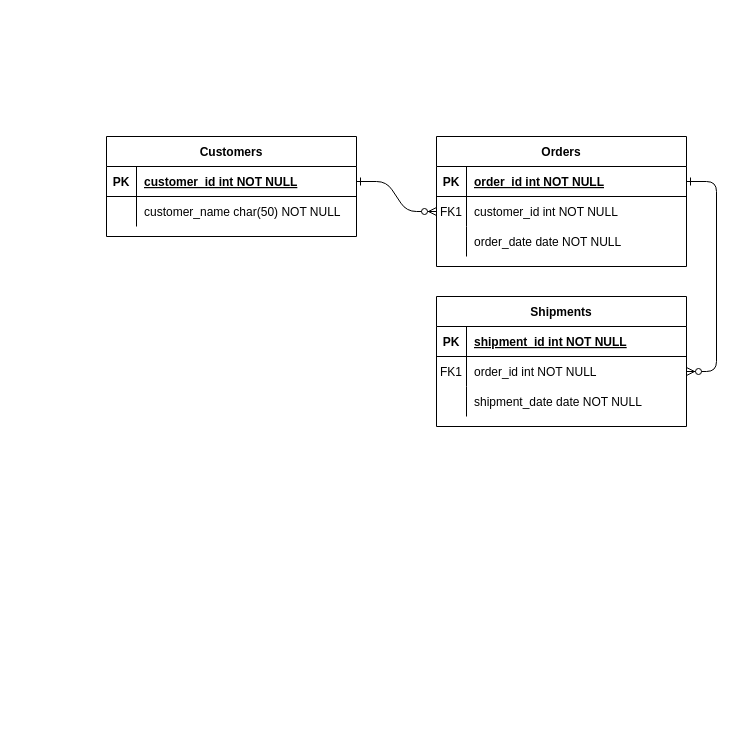
Earlier version of the draw.io diagram DiagramaEntidadRelacion.drawio (duvanbarros/hello-world). Source tidied: cells renumbered, new cells numbered last; positions are measured from the earlier drawing's top-left corner, leaving out a move shared by most shapes. Both pictures are drawn from the tidied source at 100%, with x=0, y=0 at pixel (106, 136).
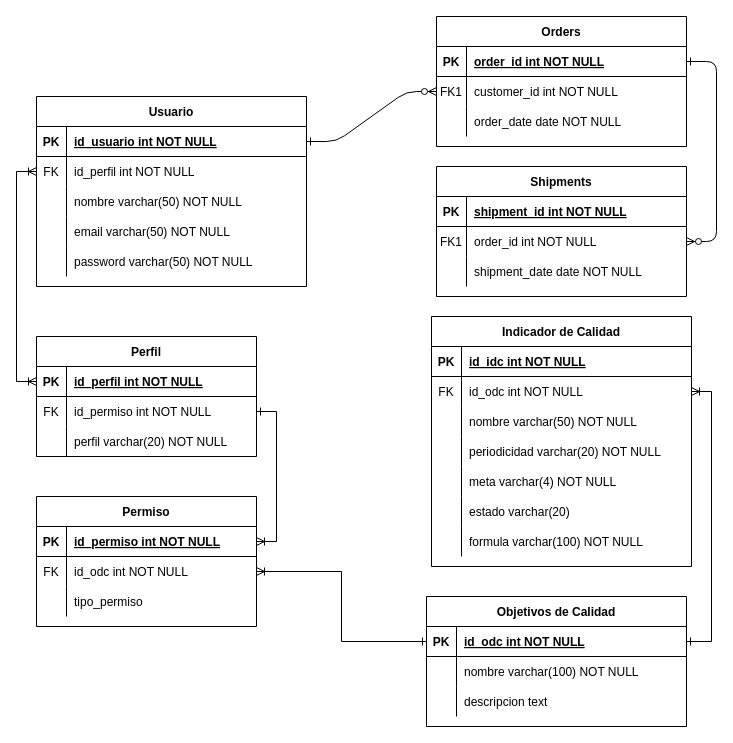
The same page after the edit.

The edit, as a diff of the source:
```diff
@@
     <mxCell id="4" value="Orders" style="shape=table;startSize=30;childLayout=tableLayout;rowLines=0;fontStyle=1;align=center;" parent="1" vertex="1">
-      <mxGeometry x="330" width="250" height="130" as="geometry" />
+      <mxGeometry x="330" y="-120" width="250" height="130" as="geometry" />
     </mxCell>
@@
     <mxCell id="14" value="Shipments" style="shape=table;startSize=30;childLayout=tableLayout;rowLines=0;fontStyle=1;align=center;" parent="1" vertex="1">
-      <mxGeometry x="330" y="160" width="250" height="130" as="geometry" />
+      <mxGeometry x="330" y="30" width="250" height="130" as="geometry" />
     </mxCell>
@@
-    <mxCell id="24" value="Customers" style="shape=table;startSize=30;childLayout=tableLayout;rowLines=0;fontStyle=1;align=center;" parent="1" vertex="1">
-      <mxGeometry width="250" height="100" as="geometry" />
+    <mxCell id="24" value="Usuario" style="shape=table;startSize=30;childLayout=tableLayout;rowLines=0;fontStyle=1;align=center;" parent="1" vertex="1">
+      <mxGeometry x="-70" y="-40" width="270" height="190" as="geometry" />
     </mxCell>
     <mxCell id="25" style="shape=partialRectangle;fillColor=none;points=[[0,0.5],[1,0.5]];portConstraint=eastwest;top=0;left=0;right=0;bottom=1;" parent="24" vertex="1">
-      <mxGeometry y="30" width="250" height="30" as="geometry" />
+      <mxGeometry y="30" width="270" height="30" as="geometry" />
     </mxCell>
@@
-    <mxCell id="27" value="customer_id int NOT NULL " style="shape=partialRectangle;overflow=hidden;fillColor=none;top=0;left=0;bottom=0;right=0;align=left;spacingLeft=6;fontStyle=5;" parent="25" vertex="1">
-      <mxGeometry x="30" width="220" height="30" as="geometry" />
+    <mxCell id="27" value="id_usuario int NOT NULL " style="shape=partialRectangle;overflow=hidden;fillColor=none;top=0;left=0;bottom=0;right=0;align=left;spacingLeft=6;fontStyle=5;" parent="25" vertex="1">
+      <mxGeometry x="30" width="240" height="30" as="geometry" />
     </mxCell>
+    <mxCell id="31" style="shape=tableRow;horizontal=0;startSize=0;swimlaneHead=0;swimlaneBody=0;fillColor=none;points=[[0,0.5],[1,0.5]];portConstraint=eastwest;top=0;left=0;right=0;bottom=0;" parent="24" vertex="1">
+      <mxGeometry y="60" width="270" height="30" as="geometry" />
+    </mxCell>
+    <mxCell id="32" value="FK" style="shape=partialRectangle;fillColor=none;top=0;left=0;bottom=0;right=0;fontStyle=0;overflow=hidden;" parent="31" vertex="1">
+      <mxGeometry width="30" height="30" as="geometry" />
+    </mxCell>
+    <mxCell id="33" value="id_perfil int NOT NULL" style="shape=partialRectangle;fillColor=none;top=0;left=0;bottom=0;right=0;align=left;spacingLeft=6;fontStyle=0;overflow=hidden;" parent="31" vertex="1">
+      <mxGeometry x="30" width="240" height="30" as="geometry" />
+    </mxCell>
+    <mxCell id="34" style="shape=tableRow;horizontal=0;startSize=0;swimlaneHead=0;swimlaneBody=0;fillColor=none;top=0;left=0;right=0;bottom=0;" parent="24" vertex="1">
+      <mxGeometry y="90" width="270" height="30" as="geometry" />
+    </mxCell>
+    <mxCell id="35" style="shape=partialRectangle;fillColor=none;top=0;left=0;bottom=0;right=0;overflow=hidden;" parent="34" vertex="1">
+      <mxGeometry width="30" height="30" as="geometry" />
+    </mxCell>
+    <mxCell id="36" value="nombre varchar(50) NOT NULL" style="shape=partialRectangle;fillColor=none;top=0;left=0;bottom=0;right=0;align=left;spacingLeft=6;overflow=hidden;" parent="34" vertex="1">
+      <mxGeometry x="30" width="240" height="30" as="geometry" />
+    </mxCell>
     <mxCell id="28" style="shape=partialRectangle;fillColor=none;top=0;left=0;right=0;bottom=0;" parent="24" vertex="1">
-      <mxGeometry y="60" width="250" height="30" as="geometry" />
+      <mxGeometry y="120" width="270" height="30" as="geometry" />
     </mxCell>
@@
-    <mxCell id="30" value="customer_name char(50) NOT NULL" style="shape=partialRectangle;overflow=hidden;fillColor=none;top=0;left=0;bottom=0;right=0;align=left;spacingLeft=6;" parent="28" vertex="1">
-      <mxGeometry x="30" width="220" height="30" as="geometry" />
+    <mxCell id="30" value="email varchar(50) NOT NULL" style="shape=partialRectangle;overflow=hidden;fillColor=none;top=0;left=0;bottom=0;right=0;align=left;spacingLeft=6;" parent="28" vertex="1">
+      <mxGeometry x="30" width="240" height="30" as="geometry" />
     </mxCell>
+    <mxCell id="37" style="shape=tableRow;horizontal=0;startSize=0;swimlaneHead=0;swimlaneBody=0;fillColor=none;top=0;left=0;right=0;bottom=0;" parent="24" vertex="1">
+      <mxGeometry y="150" width="270" height="30" as="geometry" />
+    </mxCell>
+    <mxCell id="38" style="shape=partialRectangle;fillColor=none;top=0;left=0;bottom=0;right=0;overflow=hidden;" parent="37" vertex="1">
+      <mxGeometry width="30" height="30" as="geometry" />
+    </mxCell>
+    <mxCell id="39" value="password varchar(50) NOT NULL" style="shape=partialRectangle;fillColor=none;top=0;left=0;bottom=0;right=0;align=left;spacingLeft=6;overflow=hidden;" parent="37" vertex="1">
+      <mxGeometry x="30" width="240" height="30" as="geometry" />
+    </mxCell>
+    <mxCell id="40" value="Perfil" style="shape=table;startSize=30;childLayout=tableLayout;rowLines=0;fontStyle=1;align=center;" parent="1" vertex="1">
+      <mxGeometry x="-70" y="200" width="220" height="120" as="geometry" />
+    </mxCell>
+    <mxCell id="41" style="shape=tableRow;horizontal=0;startSize=0;swimlaneHead=0;swimlaneBody=0;fillColor=none;points=[[0,0.5],[1,0.5]];portConstraint=eastwest;top=0;left=0;right=0;bottom=1;" parent="40" vertex="1">
+      <mxGeometry y="30" width="220" height="30" as="geometry" />
+    </mxCell>
+    <mxCell id="42" value="PK" style="shape=partialRectangle;fillColor=none;top=0;left=0;bottom=0;right=0;fontStyle=1;overflow=hidden;" parent="41" vertex="1">
+      <mxGeometry width="30" height="30" as="geometry" />
+    </mxCell>
+    <mxCell id="43" value="id_perfil int NOT NULL" style="shape=partialRectangle;fillColor=none;top=0;left=0;bottom=0;right=0;align=left;spacingLeft=6;fontStyle=5;overflow=hidden;" parent="41" vertex="1">
+      <mxGeometry x="30" width="190" height="30" as="geometry" />
+    </mxCell>
+    <mxCell id="44" style="shape=tableRow;horizontal=0;startSize=0;swimlaneHead=0;swimlaneBody=0;fillColor=none;points=[[0,0.5],[1,0.5]];portConstraint=eastwest;top=0;left=0;right=0;bottom=0;" parent="40" vertex="1">
+      <mxGeometry y="60" width="220" height="30" as="geometry" />
+    </mxCell>
+    <mxCell id="45" value="FK" style="shape=partialRectangle;fillColor=none;top=0;left=0;bottom=0;right=0;fontStyle=0;overflow=hidden;" parent="44" vertex="1">
+      <mxGeometry width="30" height="30" as="geometry" />
+    </mxCell>
+    <mxCell id="46" value="id_permiso int NOT NULL" style="shape=partialRectangle;fillColor=none;top=0;left=0;bottom=0;right=0;align=left;spacingLeft=6;fontStyle=0;overflow=hidden;" parent="44" vertex="1">
+      <mxGeometry x="30" width="190" height="30" as="geometry" />
+    </mxCell>
+    <mxCell id="47" style="shape=tableRow;horizontal=0;startSize=0;swimlaneHead=0;swimlaneBody=0;fillColor=none;top=0;left=0;right=0;bottom=0;" parent="40" vertex="1">
+      <mxGeometry y="90" width="220" height="30" as="geometry" />
+    </mxCell>
+    <mxCell id="48" style="shape=partialRectangle;fillColor=none;top=0;left=0;bottom=0;right=0;overflow=hidden;" parent="47" vertex="1">
+      <mxGeometry width="30" height="30" as="geometry" />
+    </mxCell>
+    <mxCell id="49" value="perfil varchar(20) NOT NULL" style="shape=partialRectangle;fillColor=none;top=0;left=0;bottom=0;right=0;align=left;spacingLeft=6;overflow=hidden;" parent="47" vertex="1">
+      <mxGeometry x="30" width="190" height="30" as="geometry" />
+    </mxCell>
+    <mxCell id="50" style="edgeStyle=orthogonalEdgeStyle;rounded=0;jettySize=auto;html=1;entryX=0;entryY=0.5;entryDx=0;entryDy=0;startArrow=ERoneToMany;startFill=0;endArrow=ERoneToMany;endFill=0;" parent="1" edge="1" source="41" target="31">
+      <mxGeometry relative="1" as="geometry">
+        <Array as="points">
+          <mxPoint x="-90" y="245" />
+          <mxPoint x="-90" y="35" />
+        </Array>
+      </mxGeometry>
+    </mxCell>
+    <mxCell id="51" value="Permiso" style="shape=table;startSize=30;childLayout=tableLayout;rowLines=0;fontStyle=1;align=center;" parent="1" vertex="1">
+      <mxGeometry x="-70" y="360" width="220" height="130" as="geometry" />
+    </mxCell>
+    <mxCell id="52" style="shape=tableRow;horizontal=0;startSize=0;swimlaneHead=0;swimlaneBody=0;fillColor=none;points=[[0,0.5],[1,0.5]];portConstraint=eastwest;top=0;left=0;right=0;bottom=1;" parent="51" vertex="1">
+      <mxGeometry y="30" width="220" height="30" as="geometry" />
+    </mxCell>
+    <mxCell id="53" value="PK" style="shape=partialRectangle;fillColor=none;top=0;left=0;bottom=0;right=0;fontStyle=1;overflow=hidden;" parent="52" vertex="1">
+      <mxGeometry width="30" height="30" as="geometry" />
+    </mxCell>
+    <mxCell id="54" value="id_permiso int NOT NULL" style="shape=partialRectangle;fillColor=none;top=0;left=0;bottom=0;right=0;align=left;spacingLeft=6;fontStyle=5;overflow=hidden;" parent="52" vertex="1">
+      <mxGeometry x="30" width="190" height="30" as="geometry" />
+    </mxCell>
+    <mxCell id="55" style="shape=tableRow;horizontal=0;startSize=0;swimlaneHead=0;swimlaneBody=0;fillColor=none;points=[[0,0.5],[1,0.5]];portConstraint=eastwest;top=0;left=0;right=0;bottom=0;" parent="51" vertex="1">
+      <mxGeometry y="60" width="220" height="30" as="geometry" />
+    </mxCell>
+    <mxCell id="56" value="FK" style="shape=partialRectangle;fillColor=none;top=0;left=0;bottom=0;right=0;overflow=hidden;" parent="55" vertex="1">
+      <mxGeometry width="30" height="30" as="geometry" />
+    </mxCell>
+    <mxCell id="57" value="id_odc int NOT NULL" style="shape=partialRectangle;fillColor=none;top=0;left=0;bottom=0;right=0;align=left;spacingLeft=6;overflow=hidden;" parent="55" vertex="1">
+      <mxGeometry x="30" width="190" height="30" as="geometry" />
+    </mxCell>
+    <mxCell id="58" style="shape=tableRow;horizontal=0;startSize=0;swimlaneHead=0;swimlaneBody=0;fillColor=none;top=0;left=0;right=0;bottom=0;" parent="51" vertex="1">
+      <mxGeometry y="90" width="220" height="30" as="geometry" />
+    </mxCell>
+    <mxCell id="59" style="shape=partialRectangle;fillColor=none;top=0;left=0;bottom=0;right=0;overflow=hidden;" parent="58" vertex="1">
+      <mxGeometry width="30" height="30" as="geometry" />
+    </mxCell>
+    <mxCell id="60" value="tipo_permiso" style="shape=partialRectangle;fillColor=none;top=0;left=0;bottom=0;right=0;align=left;spacingLeft=6;overflow=hidden;" parent="58" vertex="1">
+      <mxGeometry x="30" width="190" height="30" as="geometry" />
+    </mxCell>
+    <mxCell id="61" value="Objetivos de Calidad" style="shape=table;startSize=30;childLayout=tableLayout;rowLines=0;fontStyle=1;align=center;" parent="1" vertex="1">
+      <mxGeometry x="320" y="460" width="260" height="130" as="geometry" />
+    </mxCell>
+    <mxCell id="62" style="shape=tableRow;horizontal=0;startSize=0;swimlaneHead=0;swimlaneBody=0;fillColor=none;points=[[0,0.5],[1,0.5]];portConstraint=eastwest;top=0;left=0;right=0;bottom=1;" parent="61" vertex="1">
+      <mxGeometry y="30" width="260" height="30" as="geometry" />
+    </mxCell>
+    <mxCell id="63" value="PK" style="shape=partialRectangle;fillColor=none;top=0;left=0;bottom=0;right=0;fontStyle=1;overflow=hidden;" parent="62" vertex="1">
+      <mxGeometry width="30" height="30" as="geometry" />
+    </mxCell>
+    <mxCell id="64" value="id_odc int NOT NULL" style="shape=partialRectangle;fillColor=none;top=0;left=0;bottom=0;right=0;align=left;spacingLeft=6;fontStyle=5;overflow=hidden;" parent="62" vertex="1">
+      <mxGeometry x="30" width="230" height="30" as="geometry" />
+    </mxCell>
+    <mxCell id="65" style="shape=tableRow;horizontal=0;startSize=0;swimlaneHead=0;swimlaneBody=0;fillColor=none;top=0;left=0;right=0;bottom=0;" parent="61" vertex="1">
+      <mxGeometry y="60" width="260" height="30" as="geometry" />
+    </mxCell>
+    <mxCell id="66" style="shape=partialRectangle;fillColor=none;top=0;left=0;bottom=0;right=0;overflow=hidden;" parent="65" vertex="1">
+      <mxGeometry width="30" height="30" as="geometry" />
+    </mxCell>
+    <mxCell id="67" value="nombre varchar(100) NOT NULL" style="shape=partialRectangle;fillColor=none;top=0;left=0;bottom=0;right=0;align=left;spacingLeft=6;overflow=hidden;" parent="65" vertex="1">
+      <mxGeometry x="30" width="230" height="30" as="geometry" />
+    </mxCell>
+    <mxCell id="68" style="shape=tableRow;horizontal=0;startSize=0;swimlaneHead=0;swimlaneBody=0;fillColor=none;top=0;left=0;right=0;bottom=0;" parent="61" vertex="1">
+      <mxGeometry y="90" width="260" height="30" as="geometry" />
+    </mxCell>
+    <mxCell id="69" style="shape=partialRectangle;fillColor=none;top=0;left=0;bottom=0;right=0;overflow=hidden;" parent="68" vertex="1">
+      <mxGeometry width="30" height="30" as="geometry" />
+    </mxCell>
+    <mxCell id="70" value="descripcion text" style="shape=partialRectangle;fillColor=none;top=0;left=0;bottom=0;right=0;align=left;spacingLeft=6;overflow=hidden;" parent="68" vertex="1">
+      <mxGeometry x="30" width="230" height="30" as="geometry" />
+    </mxCell>
+    <mxCell id="71" style="edgeStyle=orthogonalEdgeStyle;rounded=0;jettySize=auto;html=1;exitX=1;exitY=0.5;exitDx=0;exitDy=0;entryX=0;entryY=0.5;entryDx=0;entryDy=0;startArrow=ERoneToMany;startFill=0;endArrow=ERone;endFill=0;" parent="1" edge="1" source="55" target="62">
+      <mxGeometry relative="1" as="geometry" />
+    </mxCell>
+    <mxCell id="72" style="edgeStyle=orthogonalEdgeStyle;rounded=0;jettySize=auto;html=1;exitX=1;exitY=0.5;exitDx=0;exitDy=0;entryX=1;entryY=0.5;entryDx=0;entryDy=0;startArrow=ERoneToMany;startFill=0;endArrow=ERone;endFill=0;" parent="1" edge="1" source="52" target="44">
+      <mxGeometry relative="1" as="geometry" />
+    </mxCell>
+    <mxCell id="73" value="Indicador de Calidad" style="shape=table;startSize=30;childLayout=tableLayout;rowLines=0;fontStyle=1;align=center;" parent="1" vertex="1">
+      <mxGeometry x="325" y="180" width="260" height="250" as="geometry" />
+    </mxCell>
+    <mxCell id="74" style="shape=tableRow;horizontal=0;startSize=0;swimlaneHead=0;swimlaneBody=0;fillColor=none;top=0;left=0;right=0;bottom=1;" parent="73" vertex="1">
+      <mxGeometry y="30" width="260" height="30" as="geometry" />
+    </mxCell>
+    <mxCell id="75" value="PK" style="shape=partialRectangle;fillColor=none;top=0;left=0;bottom=0;right=0;fontStyle=1;overflow=hidden;" parent="74" vertex="1">
+      <mxGeometry width="30" height="30" as="geometry" />
+    </mxCell>
+    <mxCell id="76" value="id_idc int NOT NULL" style="shape=partialRectangle;fillColor=none;top=0;left=0;bottom=0;right=0;align=left;spacingLeft=6;fontStyle=5;overflow=hidden;" parent="74" vertex="1">
+      <mxGeometry x="30" width="230" height="30" as="geometry" />
+    </mxCell>
+    <mxCell id="77" style="shape=tableRow;horizontal=0;startSize=0;swimlaneHead=0;swimlaneBody=0;fillColor=none;points=[[0,0.5],[1,0.5]];portConstraint=eastwest;top=0;left=0;right=0;bottom=0;" parent="73" vertex="1">
+      <mxGeometry y="60" width="260" height="30" as="geometry" />
+    </mxCell>
+    <mxCell id="78" value="FK" style="shape=partialRectangle;fillColor=none;top=0;left=0;bottom=0;right=0;overflow=hidden;" parent="77" vertex="1">
+      <mxGeometry width="30" height="30" as="geometry" />
+    </mxCell>
+    <mxCell id="79" value="id_odc int NOT NULL" style="shape=partialRectangle;fillColor=none;top=0;left=0;bottom=0;right=0;align=left;spacingLeft=6;overflow=hidden;" parent="77" vertex="1">
+      <mxGeometry x="30" width="230" height="30" as="geometry" />
+    </mxCell>
+    <mxCell id="80" style="shape=tableRow;horizontal=0;startSize=0;swimlaneHead=0;swimlaneBody=0;fillColor=none;top=0;left=0;right=0;bottom=0;" parent="73" vertex="1">
+      <mxGeometry y="90" width="260" height="30" as="geometry" />
+    </mxCell>
+    <mxCell id="81" style="shape=partialRectangle;fillColor=none;top=0;left=0;bottom=0;right=0;overflow=hidden;" parent="80" vertex="1">
+      <mxGeometry width="30" height="30" as="geometry" />
+    </mxCell>
+    <mxCell id="82" value="nombre varchar(50) NOT NULL" style="shape=partialRectangle;fillColor=none;top=0;left=0;bottom=0;right=0;align=left;spacingLeft=6;overflow=hidden;" parent="80" vertex="1">
+      <mxGeometry x="30" width="230" height="30" as="geometry" />
+    </mxCell>
+    <mxCell id="83" style="shape=tableRow;horizontal=0;startSize=0;swimlaneHead=0;swimlaneBody=0;fillColor=none;top=0;left=0;right=0;bottom=0;" parent="73" vertex="1">
+      <mxGeometry y="120" width="260" height="30" as="geometry" />
+    </mxCell>
+    <mxCell id="84" style="shape=partialRectangle;fillColor=none;top=0;left=0;bottom=0;right=0;overflow=hidden;" parent="83" vertex="1">
+      <mxGeometry width="30" height="30" as="geometry" />
+    </mxCell>
+    <mxCell id="85" value="periodicidad varchar(20) NOT NULL" style="shape=partialRectangle;fillColor=none;top=0;left=0;bottom=0;right=0;align=left;spacingLeft=6;overflow=hidden;" parent="83" vertex="1">
+      <mxGeometry x="30" width="230" height="30" as="geometry" />
+    </mxCell>
+    <mxCell id="86" style="shape=tableRow;horizontal=0;startSize=0;swimlaneHead=0;swimlaneBody=0;fillColor=none;top=0;left=0;right=0;bottom=0;" parent="73" vertex="1">
+      <mxGeometry y="150" width="260" height="30" as="geometry" />
+    </mxCell>
+    <mxCell id="87" style="shape=partialRectangle;fillColor=none;top=0;left=0;bottom=0;right=0;overflow=hidden;" parent="86" vertex="1">
+      <mxGeometry width="30" height="30" as="geometry" />
+    </mxCell>
+    <mxCell id="88" value="meta varchar(4) NOT NULL" style="shape=partialRectangle;fillColor=none;top=0;left=0;bottom=0;right=0;align=left;spacingLeft=6;overflow=hidden;" parent="86" vertex="1">
+      <mxGeometry x="30" width="230" height="30" as="geometry" />
+    </mxCell>
+    <mxCell id="89" style="shape=tableRow;horizontal=0;startSize=0;swimlaneHead=0;swimlaneBody=0;fillColor=none;top=0;left=0;right=0;bottom=0;" parent="73" vertex="1">
+      <mxGeometry y="180" width="260" height="30" as="geometry" />
+    </mxCell>
+    <mxCell id="90" style="shape=partialRectangle;fillColor=none;top=0;left=0;bottom=0;right=0;overflow=hidden;" parent="89" vertex="1">
+      <mxGeometry width="30" height="30" as="geometry" />
+    </mxCell>
+    <mxCell id="91" value="estado varchar(20) " style="shape=partialRectangle;fillColor=none;top=0;left=0;bottom=0;right=0;align=left;spacingLeft=6;overflow=hidden;" parent="89" vertex="1">
+      <mxGeometry x="30" width="230" height="30" as="geometry" />
+    </mxCell>
+    <mxCell id="92" style="shape=tableRow;horizontal=0;startSize=0;swimlaneHead=0;swimlaneBody=0;fillColor=none;top=0;left=0;right=0;bottom=0;" parent="73" vertex="1">
+      <mxGeometry y="210" width="260" height="30" as="geometry" />
+    </mxCell>
+    <mxCell id="93" style="shape=partialRectangle;fillColor=none;top=0;left=0;bottom=0;right=0;overflow=hidden;" parent="92" vertex="1">
+      <mxGeometry width="30" height="30" as="geometry" />
+    </mxCell>
+    <mxCell id="94" value="formula varchar(100) NOT NULL" style="shape=partialRectangle;fillColor=none;top=0;left=0;bottom=0;right=0;align=left;spacingLeft=6;overflow=hidden;" parent="92" vertex="1">
+      <mxGeometry x="30" width="230" height="30" as="geometry" />
+    </mxCell>
+    <mxCell id="95" style="edgeStyle=orthogonalEdgeStyle;rounded=0;jettySize=auto;html=1;exitX=1;exitY=0.5;exitDx=0;exitDy=0;entryX=1;entryY=0.5;entryDx=0;entryDy=0;startArrow=ERone;startFill=0;endArrow=ERoneToMany;endFill=0;" parent="1" edge="1" source="62" target="77">
+      <mxGeometry relative="1" as="geometry" />
+    </mxCell>
```
